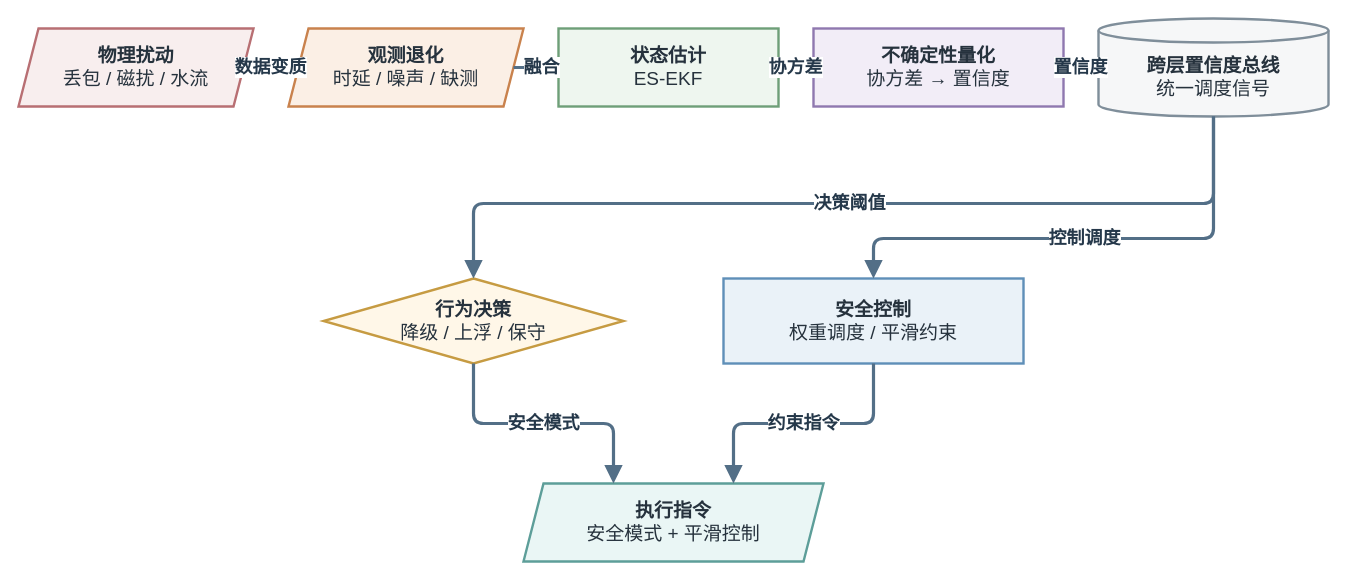
Earlier version of the draw.io diagram docs/thesis/figures/architecture/auv_v2_uncertainty_highway.drawio (360ZMEM/AUV-Master-Project). Source tidied: cells renumbered, new cells numbered last; positions are measured from the earlier drawing's top-left corner, leaving out a move shared by most shapes. Both pictures are drawn from the tidied source at 100%, with x=0, y=0 at pixel (18, 18).
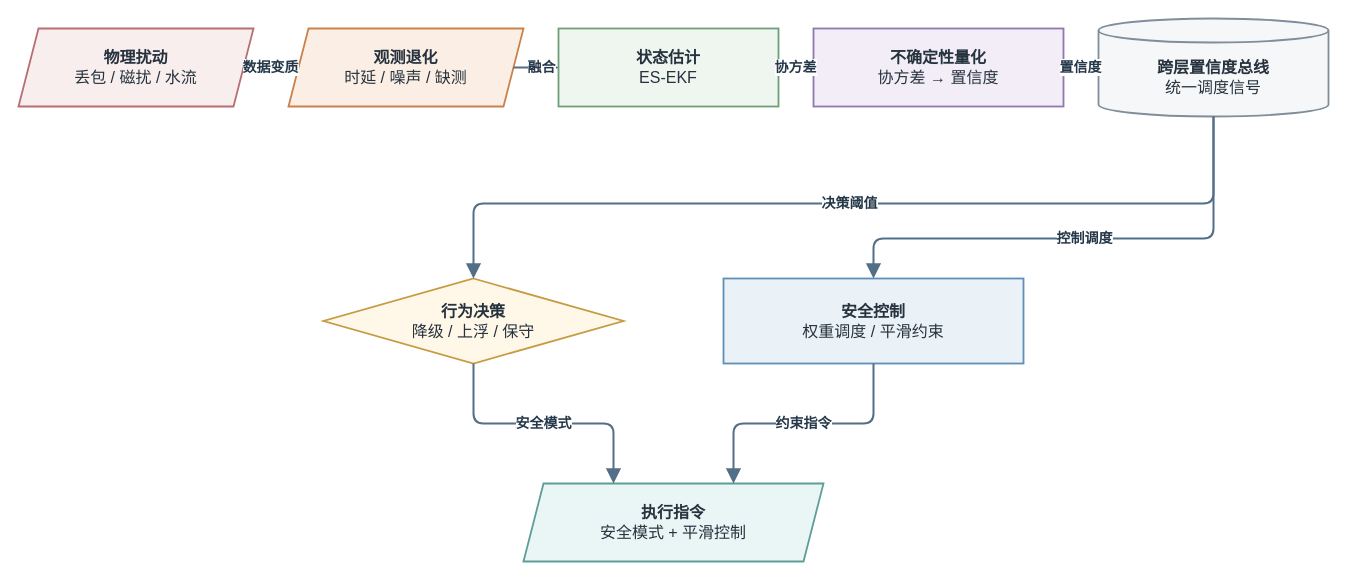
Above is the later version.

Change to the diagram source:
```diff
@@
-    <mxCell id="2" value="&lt;b&gt;物理扰动&lt;/b&gt;&lt;br&gt;丢包 / 磁扰 / 水流" style="shape=parallelogram;perimeter=parallelogramPerimeter;fixedSize=1;whiteSpace=wrap;html=1;align=center;verticalAlign=middle;fillColor=#F8EEEE;strokeColor=#B86F73;strokeWidth=2.4;spacing=8;fontFamily=Songti SC;fontSize=19;fontColor=#26323D;" parent="1" vertex="1">
+    <mxCell id="2" value="&lt;b&gt;物理扰动&lt;/b&gt;&lt;br&gt;丢包 / 磁扰 / 水流" style="shape=parallelogram;perimeter=parallelogramPerimeter;fixedSize=1;whiteSpace=wrap;html=1;align=center;verticalAlign=middle;fillColor=#F8EEEE;strokeColor=#B86F73;strokeWidth=1.8;spacing=8;fontFamily=Songti SC;fontSize=16;fontColor=#26323D;" parent="1" vertex="1">
       <mxGeometry y="10" width="235" height="78" as="geometry" />
     </mxCell>
-    <mxCell id="3" value="&lt;b&gt;观测退化&lt;/b&gt;&lt;br&gt;时延 / 噪声 / 缺测" style="shape=parallelogram;perimeter=parallelogramPerimeter;fixedSize=1;whiteSpace=wrap;html=1;align=center;verticalAlign=middle;fillColor=#FBEFE5;strokeColor=#C9824D;strokeWidth=2.4;spacing=8;fontFamily=Songti SC;fontSize=19;fontColor=#26323D;" parent="1" vertex="1">
+    <mxCell id="3" value="&lt;b&gt;观测退化&lt;/b&gt;&lt;br&gt;时延 / 噪声 / 缺测" style="shape=parallelogram;perimeter=parallelogramPerimeter;fixedSize=1;whiteSpace=wrap;html=1;align=center;verticalAlign=middle;fillColor=#FBEFE5;strokeColor=#C9824D;strokeWidth=1.8;spacing=8;fontFamily=Songti SC;fontSize=16;fontColor=#26323D;" parent="1" vertex="1">
       <mxGeometry x="270" y="10" width="235" height="78" as="geometry" />
     </mxCell>
-    <mxCell id="4" value="&lt;b&gt;状态估计&lt;/b&gt;&lt;br&gt;ES-EKF" style="rounded=0;whiteSpace=wrap;html=1;align=center;verticalAlign=middle;fillColor=#EEF6EF;strokeColor=#6E9F78;strokeWidth=2.4;spacing=8;fontFamily=Songti SC;fontSize=19;fontColor=#26323D;" parent="1" vertex="1">
+    <mxCell id="4" value="&lt;b&gt;状态估计&lt;/b&gt;&lt;br&gt;ES-EKF" style="rounded=0;whiteSpace=wrap;html=1;align=center;verticalAlign=middle;fillColor=#EEF6EF;strokeColor=#6E9F78;strokeWidth=1.8;spacing=8;fontFamily=Songti SC;fontSize=16;fontColor=#26323D;" parent="1" vertex="1">
       <mxGeometry x="540" y="10" width="220" height="78" as="geometry" />
     </mxCell>
-    <mxCell id="5" value="&lt;b&gt;不确定性量化&lt;/b&gt;&lt;br&gt;协方差 → 置信度" style="rounded=0;whiteSpace=wrap;html=1;align=center;verticalAlign=middle;fillColor=#F2EDF7;strokeColor=#8F78AF;strokeWidth=2.4;spacing=8;fontFamily=Songti SC;fontSize=19;fontColor=#26323D;" parent="1" vertex="1">
+    <mxCell id="5" value="&lt;b&gt;不确定性量化&lt;/b&gt;&lt;br&gt;协方差 → 置信度" style="rounded=0;whiteSpace=wrap;html=1;align=center;verticalAlign=middle;fillColor=#F2EDF7;strokeColor=#8F78AF;strokeWidth=1.8;spacing=8;fontFamily=Songti SC;fontSize=16;fontColor=#26323D;" parent="1" vertex="1">
       <mxGeometry x="795" y="10" width="250" height="78" as="geometry" />
     </mxCell>
-    <mxCell id="6" value="&lt;b&gt;跨层置信度总线&lt;/b&gt;&lt;br&gt;统一调度信号" style="shape=cylinder3;boundedLbl=1;backgroundOutline=1;size=12;whiteSpace=wrap;html=1;align=center;verticalAlign=middle;fillColor=#F6F7F8;strokeColor=#7F8E9A;strokeWidth=2.4;spacing=8;fontFamily=Songti SC;fontSize=19;fontColor=#26323D;" parent="1" vertex="1">
+    <mxCell id="6" value="&lt;b&gt;跨层置信度总线&lt;/b&gt;&lt;br&gt;统一调度信号" style="shape=cylinder3;boundedLbl=1;backgroundOutline=1;size=12;whiteSpace=wrap;html=1;align=center;verticalAlign=middle;fillColor=#F6F7F8;strokeColor=#7F8E9A;strokeWidth=1.8;spacing=8;fontFamily=Songti SC;fontSize=16;fontColor=#26323D;" parent="1" vertex="1">
       <mxGeometry x="1080" width="230" height="98" as="geometry" />
     </mxCell>
-    <mxCell id="7" value="&lt;b&gt;行为决策&lt;/b&gt;&lt;br&gt;降级 / 上浮 / 保守" style="rhombus;whiteSpace=wrap;html=1;align=center;verticalAlign=middle;fillColor=#FFF7E8;strokeColor=#C69B42;strokeWidth=2.4;spacing=8;fontFamily=Songti SC;fontSize=19;fontColor=#26323D;" parent="1" vertex="1">
+    <mxCell id="7" value="&lt;b&gt;行为决策&lt;/b&gt;&lt;br&gt;降级 / 上浮 / 保守" style="rhombus;whiteSpace=wrap;html=1;align=center;verticalAlign=middle;fillColor=#FFF7E8;strokeColor=#C69B42;strokeWidth=1.8;spacing=8;fontFamily=Songti SC;fontSize=16;fontColor=#26323D;" parent="1" vertex="1">
       <mxGeometry x="305" y="260" width="300" height="85" as="geometry" />
     </mxCell>
-    <mxCell id="8" value="&lt;b&gt;安全控制&lt;/b&gt;&lt;br&gt;权重调度 / 平滑约束" style="rounded=0;whiteSpace=wrap;html=1;align=center;verticalAlign=middle;fillColor=#EAF2F8;strokeColor=#5F8FB8;strokeWidth=2.4;spacing=8;fontFamily=Songti SC;fontSize=19;fontColor=#26323D;" parent="1" vertex="1">
+    <mxCell id="8" value="&lt;b&gt;安全控制&lt;/b&gt;&lt;br&gt;权重调度 / 平滑约束" style="rounded=0;whiteSpace=wrap;html=1;align=center;verticalAlign=middle;fillColor=#EAF2F8;strokeColor=#5F8FB8;strokeWidth=1.8;spacing=8;fontFamily=Songti SC;fontSize=16;fontColor=#26323D;" parent="1" vertex="1">
       <mxGeometry x="705" y="260" width="300" height="85" as="geometry" />
     </mxCell>
-    <mxCell id="9" value="&lt;b&gt;执行指令&lt;/b&gt;&lt;br&gt;安全模式 + 平滑控制" style="shape=parallelogram;perimeter=parallelogramPerimeter;fixedSize=1;whiteSpace=wrap;html=1;align=center;verticalAlign=middle;fillColor=#EAF6F5;strokeColor=#5D9E99;strokeWidth=2.4;spacing=8;fontFamily=Songti SC;fontSize=19;fontColor=#26323D;" parent="1" vertex="1">
+    <mxCell id="9" value="&lt;b&gt;执行指令&lt;/b&gt;&lt;br&gt;安全模式 + 平滑控制" style="shape=parallelogram;perimeter=parallelogramPerimeter;fixedSize=1;whiteSpace=wrap;html=1;align=center;verticalAlign=middle;fillColor=#EAF6F5;strokeColor=#5D9E99;strokeWidth=1.8;spacing=8;fontFamily=Songti SC;fontSize=16;fontColor=#26323D;" parent="1" vertex="1">
       <mxGeometry x="505" y="465" width="300" height="78" as="geometry" />
     </mxCell>
-    <mxCell id="10" value="数据变质" style="edgeStyle=orthogonalEdgeStyle;rounded=1;jettySize=auto;html=1;strokeColor=#536F87;strokeWidth=3.2;fontFamily=Songti SC;fontSize=18;fontStyle=1;fontColor=#25384A;labelBackgroundColor=#FFFFFF;labelBorderColor=none;endArrow=block;endFill=1;endSize=10;exitX=1;entryX=0;" parent="1" edge="1" source="2" target="3">
+    <mxCell id="10" value="数据变质" style="edgeStyle=orthogonalEdgeStyle;rounded=1;jettySize=auto;html=1;strokeColor=#536F87;strokeWidth=2.0;fontFamily=Songti SC;fontSize=14;fontStyle=1;fontColor=#25384A;labelBackgroundColor=#FFFFFF;labelBorderColor=none;endArrow=block;endFill=1;endSize=10;exitX=1;entryX=0;" parent="1" edge="1" source="2" target="3">
       <mxGeometry relative="1" as="geometry" />
     </mxCell>
-    <mxCell id="11" value="融合" style="edgeStyle=orthogonalEdgeStyle;rounded=1;jettySize=auto;html=1;strokeColor=#536F87;strokeWidth=3.2;fontFamily=Songti SC;fontSize=18;fontStyle=1;fontColor=#25384A;labelBackgroundColor=#FFFFFF;labelBorderColor=none;endArrow=block;endFill=1;endSize=10;exitX=1;entryX=0;" parent="1" edge="1" source="3" target="4">
+    <mxCell id="11" value="融合" style="edgeStyle=orthogonalEdgeStyle;rounded=1;jettySize=auto;html=1;strokeColor=#536F87;strokeWidth=2.0;fontFamily=Songti SC;fontSize=14;fontStyle=1;fontColor=#25384A;labelBackgroundColor=#FFFFFF;labelBorderColor=none;endArrow=block;endFill=1;endSize=10;exitX=1;entryX=0;" parent="1" edge="1" source="3" target="4">
       <mxGeometry relative="1" as="geometry" />
     </mxCell>
-    <mxCell id="12" value="协方差" style="edgeStyle=orthogonalEdgeStyle;rounded=1;jettySize=auto;html=1;strokeColor=#536F87;strokeWidth=3.2;fontFamily=Songti SC;fontSize=18;fontStyle=1;fontColor=#25384A;labelBackgroundColor=#FFFFFF;labelBorderColor=none;endArrow=block;endFill=1;endSize=10;exitX=1;entryX=0;" parent="1" edge="1" source="4" target="5">
+    <mxCell id="12" value="协方差" style="edgeStyle=orthogonalEdgeStyle;rounded=1;jettySize=auto;html=1;strokeColor=#536F87;strokeWidth=2.0;fontFamily=Songti SC;fontSize=14;fontStyle=1;fontColor=#25384A;labelBackgroundColor=#FFFFFF;labelBorderColor=none;endArrow=block;endFill=1;endSize=10;exitX=1;entryX=0;" parent="1" edge="1" source="4" target="5">
       <mxGeometry relative="1" as="geometry" />
     </mxCell>
-    <mxCell id="13" value="置信度" style="edgeStyle=orthogonalEdgeStyle;rounded=1;jettySize=auto;html=1;strokeColor=#536F87;strokeWidth=3.2;fontFamily=Songti SC;fontSize=18;fontStyle=1;fontColor=#25384A;labelBackgroundColor=#FFFFFF;labelBorderColor=none;endArrow=block;endFill=1;endSize=10;exitX=1;entryX=0;" parent="1" edge="1" source="5" target="6">
+    <mxCell id="13" value="置信度" style="edgeStyle=orthogonalEdgeStyle;rounded=1;jettySize=auto;html=1;strokeColor=#536F87;strokeWidth=2.0;fontFamily=Songti SC;fontSize=14;fontStyle=1;fontColor=#25384A;labelBackgroundColor=#FFFFFF;labelBorderColor=none;endArrow=block;endFill=1;endSize=10;exitX=1;entryX=0;" parent="1" edge="1" source="5" target="6">
       <mxGeometry relative="1" as="geometry" />
     </mxCell>
-    <mxCell id="14" value="决策阈值" style="edgeStyle=orthogonalEdgeStyle;rounded=1;jettySize=auto;html=1;strokeColor=#536F87;strokeWidth=3.2;fontFamily=Songti SC;fontSize=18;fontStyle=1;fontColor=#25384A;labelBackgroundColor=#FFFFFF;labelBorderColor=none;endArrow=block;endFill=1;endSize=10;exitX=0.5;exitY=1;entryX=0.5;entryY=0;" parent="1" edge="1" source="6" target="7">
+    <mxCell id="14" value="决策阈值" style="edgeStyle=orthogonalEdgeStyle;rounded=1;jettySize=auto;html=1;strokeColor=#536F87;strokeWidth=2.0;fontFamily=Songti SC;fontSize=14;fontStyle=1;fontColor=#25384A;labelBackgroundColor=#FFFFFF;labelBorderColor=none;endArrow=block;endFill=1;endSize=10;exitX=0.5;exitY=1;entryX=0.5;entryY=0;" parent="1" edge="1" source="6" target="7">
       <mxGeometry relative="1" as="geometry">
         <Array as="points">
           <mxPoint x="1195" y="185" />
           <mxPoint x="455" y="185" />
         </Array>
       </mxGeometry>
     </mxCell>
-    <mxCell id="15" value="控制调度" style="edgeStyle=orthogonalEdgeStyle;rounded=1;jettySize=auto;html=1;strokeColor=#536F87;strokeWidth=3.2;fontFamily=Songti SC;fontSize=18;fontStyle=1;fontColor=#25384A;labelBackgroundColor=#FFFFFF;labelBorderColor=none;endArrow=block;endFill=1;endSize=10;exitX=0.5;exitY=1;entryX=0.5;entryY=0;" parent="1" edge="1" source="6" target="8">
+    <mxCell id="15" value="控制调度" style="edgeStyle=orthogonalEdgeStyle;rounded=1;jettySize=auto;html=1;strokeColor=#536F87;strokeWidth=2.0;fontFamily=Songti SC;fontSize=14;fontStyle=1;fontColor=#25384A;labelBackgroundColor=#FFFFFF;labelBorderColor=none;endArrow=block;endFill=1;endSize=10;exitX=0.5;exitY=1;entryX=0.5;entryY=0;" parent="1" edge="1" source="6" target="8">
       <mxGeometry relative="1" as="geometry">
         <Array as="points">
           <mxPoint x="1195" y="220" />
           <mxPoint x="855" y="220" />
         </Array>
       </mxGeometry>
     </mxCell>
-    <mxCell id="16" value="安全模式" style="edgeStyle=orthogonalEdgeStyle;rounded=1;jettySize=auto;html=1;strokeColor=#536F87;strokeWidth=3.2;fontFamily=Songti SC;fontSize=18;fontStyle=1;fontColor=#25384A;labelBackgroundColor=#FFFFFF;labelBorderColor=none;endArrow=block;endFill=1;endSize=10;exitX=0.5;exitY=1;entryX=0.3;entryY=0;" parent="1" edge="1" source="7" target="9">
+    <mxCell id="16" value="安全模式" style="edgeStyle=orthogonalEdgeStyle;rounded=1;jettySize=auto;html=1;strokeColor=#536F87;strokeWidth=2.0;fontFamily=Songti SC;fontSize=14;fontStyle=1;fontColor=#25384A;labelBackgroundColor=#FFFFFF;labelBorderColor=none;endArrow=block;endFill=1;endSize=10;exitX=0.5;exitY=1;entryX=0.3;entryY=0;" parent="1" edge="1" source="7" target="9">
       <mxGeometry relative="1" as="geometry" />
     </mxCell>
-    <mxCell id="17" value="约束指令" style="edgeStyle=orthogonalEdgeStyle;rounded=1;jettySize=auto;html=1;strokeColor=#536F87;strokeWidth=3.2;fontFamily=Songti SC;fontSize=18;fontStyle=1;fontColor=#25384A;labelBackgroundColor=#FFFFFF;labelBorderColor=none;endArrow=block;endFill=1;endSize=10;exitX=0.5;exitY=1;entryX=0.7;entryY=0;" parent="1" edge="1" source="8" target="9">
+    <mxCell id="17" value="约束指令" style="edgeStyle=orthogonalEdgeStyle;rounded=1;jettySize=auto;html=1;strokeColor=#536F87;strokeWidth=2.0;fontFamily=Songti SC;fontSize=14;fontStyle=1;fontColor=#25384A;labelBackgroundColor=#FFFFFF;labelBorderColor=none;endArrow=block;endFill=1;endSize=10;exitX=0.5;exitY=1;entryX=0.7;entryY=0;" parent="1" edge="1" source="8" target="9">
       <mxGeometry relative="1" as="geometry" />
     </mxCell>
```
